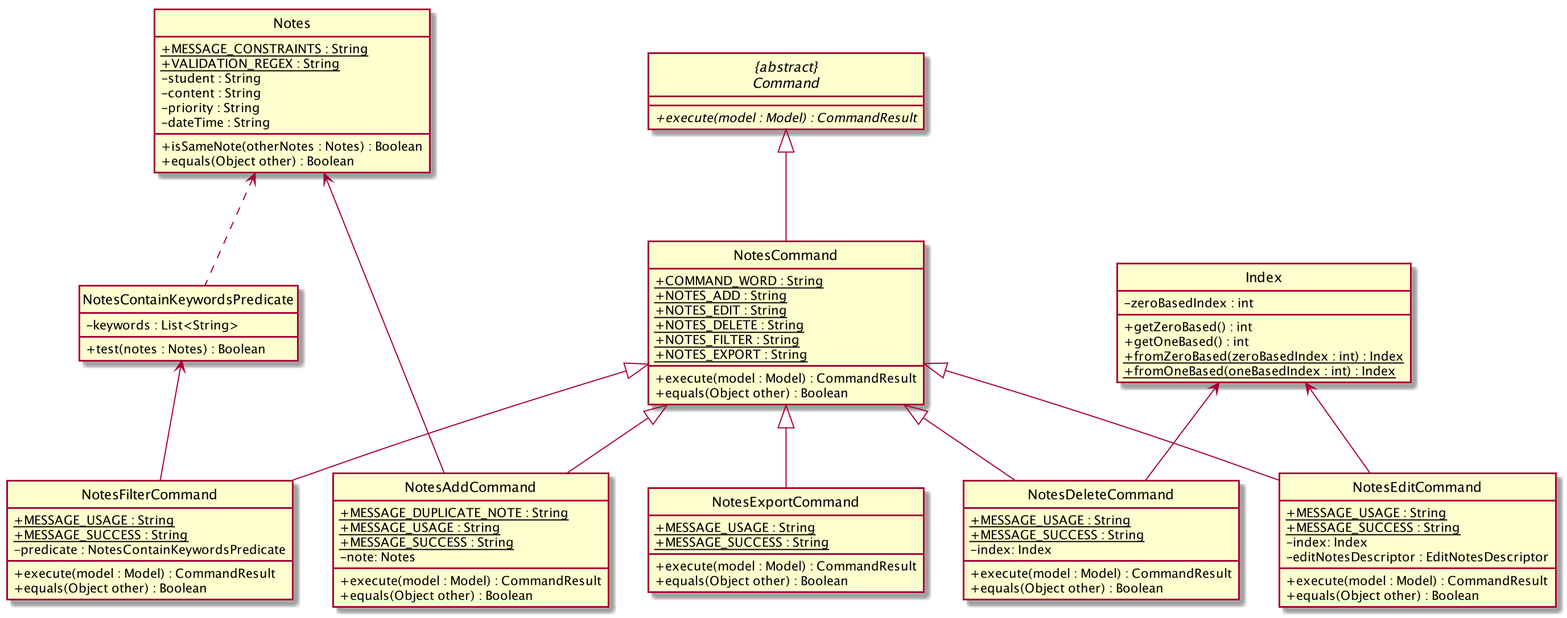
The PlantUML diagram docs/images/developerguide/notes/NotesClassDiagram.png in tingalinga/main, before a commit. The source it was exported from:
```plantuml
@startuml

skinparam backgroundColor #ffffff
skinparam classAttributeIconSize 0
hide circle

abstract class "{abstract}\nCommand" {
    + {abstract} execute(model : Model) : CommandResult
}

class "NotesCommand" {
    + {static} COMMAND_WORD : String
    + {static} NOTES_ADD : String
    + {static} NOTES_EDIT : String
    + {static} NOTES_DELETE : String
    + {static} NOTES_FILTER : String
    + {static} NOTES_EXPORT : String

    + execute(model : Model) : CommandResult
    + equals(Object other) : Boolean
}

class NotesAddCommand {
    + {static} MESSAGE_DUPLICATE_NOTE : String
    + {static} MESSAGE_USAGE : String
    + {static} MESSAGE_SUCCESS : String
    - note: Notes


    + execute(model : Model) : CommandResult
    + equals(Object other) : Boolean
}

class NotesEditCommand {
    + {static} MESSAGE_USAGE : String
    + {static} MESSAGE_SUCCESS : String
    - index: Index
    - editNotesDescriptor : EditNotesDescriptor

    + execute(model : Model) : CommandResult
    + equals(Object other) : Boolean
}

class NotesDeleteCommand {
    + {static} MESSAGE_USAGE : String
    + {static} MESSAGE_SUCCESS : String
    - index: Index

    + execute(model : Model) : CommandResult
    + equals(Object other) : Boolean
}

class NotesFilterCommand {
    + {static} MESSAGE_USAGE : String
    + {static} MESSAGE_SUCCESS : String
    - predicate : NotesContainKeywordsPredicate

    + execute(model : Model) : CommandResult
    + equals(Object other) : Boolean
}

class NotesExportCommand {
    + {static} MESSAGE_USAGE : String
    + {static} MESSAGE_SUCCESS : String

    + execute(model : Model) : CommandResult
    + equals(Object other) : Boolean
}

class Notes {
    + {static} MESSAGE_CONSTRAINTS : String
    + {static} VALIDATION_REGEX : String
    - student : String
    - content : String
    - priority : String
    - dateTime : String

    + isSameNote(otherNotes : Notes) : Boolean
    + equals(Object other) : Boolean
}

class Index {
    - zeroBasedIndex : int

    + getZeroBased() : int
    + getOneBased() : int
    + {static} fromZeroBased(zeroBasedIndex : int) : Index
    + {static} fromOneBased(oneBasedIndex : int) : Index
}

class NotesContainKeywordsPredicate {
    - keywords : List<String>

    + test(notes : Notes) : Boolean
}

NotesAddCommand --up|> "NotesCommand"
NotesEditCommand --up|> "NotesCommand"
NotesDeleteCommand --up|> "NotesCommand"
NotesFilterCommand --up|> "NotesCommand"
NotesExportCommand --up|> "NotesCommand"
NotesCommand --up|> "{abstract}\nCommand"
NotesAddCommand --up> Notes
NotesEditCommand --up> Index
NotesDeleteCommand --up> Index
NotesFilterCommand --up> NotesContainKeywordsPredicate
NotesContainKeywordsPredicate ..up> Notes



@enduml
```
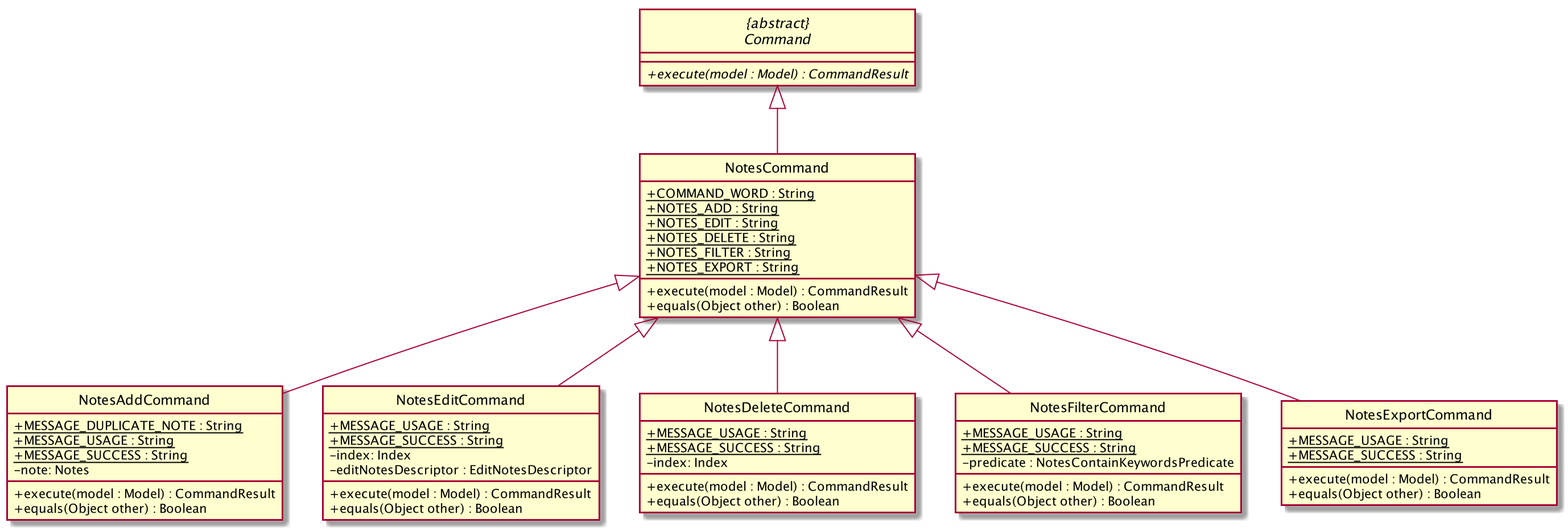
After the change.

What changed in the source:
```diff
@@ -1,6 +1,6 @@
 @startuml
 
-skinparam backgroundColor #ffffff
+skinparam bjava ackgroundColor #ffffff
 skinparam classAttributeIconSize 0
 hide circle
 
@@ -67,32 +67,6 @@
     + equals(Object other) : Boolean
 }
 
-class Notes {
-    + {static} MESSAGE_CONSTRAINTS : String
-    + {static} VALIDATION_REGEX : String
-    - student : String
-    - content : String
-    - priority : String
-    - dateTime : String
-
-    + isSameNote(otherNotes : Notes) : Boolean
-    + equals(Object other) : Boolean
-}
-
-class Index {
-    - zeroBasedIndex : int
-
-    + getZeroBased() : int
-    + getOneBased() : int
-    + {static} fromZeroBased(zeroBasedIndex : int) : Index
-    + {static} fromOneBased(oneBasedIndex : int) : Index
-}
-
-class NotesContainKeywordsPredicate {
-    - keywords : List<String>
-
-    + test(notes : Notes) : Boolean
-}
 
 NotesAddCommand --up|> "NotesCommand"
 NotesEditCommand --up|> "NotesCommand"
@@ -100,11 +74,6 @@
 NotesFilterCommand --up|> "NotesCommand"
 NotesExportCommand --up|> "NotesCommand"
 NotesCommand --up|> "{abstract}\nCommand"
-NotesAddCommand --up> Notes
-NotesEditCommand --up> Index
-NotesDeleteCommand --up> Index
-NotesFilterCommand --up> NotesContainKeywordsPredicate
-NotesContainKeywordsPredicate ..up> Notes
 
 
 
```
